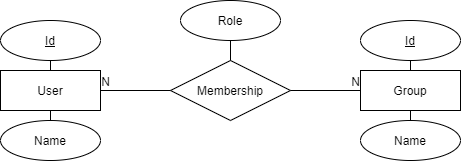
The draw.io diagram DBMS/groupSystem.png in placetobeer/documentation, before a commit. Source tidied: cells renumbered, new cells last; positions are measured from the earlier drawing's top-left corner, leaving out a move shared by most shapes.
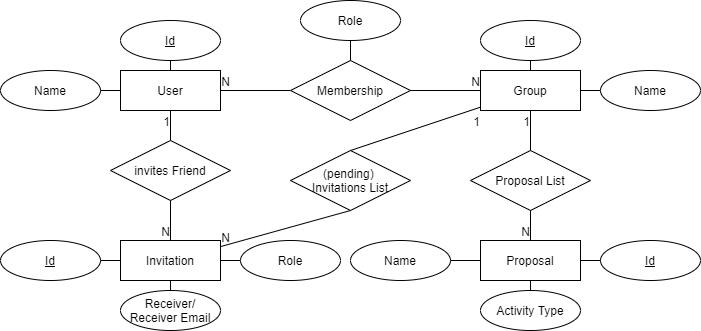
Above is the later version.

Change to the diagram source:
```diff
@@ -12,7 +12,7 @@
       <mxGeometry x="170" y="60" width="120" height="60" as="geometry" />
     </mxCell>
     <mxCell id="5" value="Name" style="ellipse;whiteSpace=wrap;html=1;align=center;" parent="1" vertex="1">
-      <mxGeometry x="360" y="120" width="100" height="40" as="geometry" />
+      <mxGeometry x="480" y="70" width="100" height="40" as="geometry" />
     </mxCell>
     <mxCell id="6" value="Id" style="ellipse;whiteSpace=wrap;html=1;align=center;fontStyle=4;" parent="1" vertex="1">
       <mxGeometry x="360" y="20" width="100" height="40" as="geometry" />
@@ -21,7 +21,7 @@
       <mxGeometry y="20" width="100" height="40" as="geometry" />
     </mxCell>
     <mxCell id="8" value="Name" style="ellipse;whiteSpace=wrap;html=1;align=center;" parent="1" vertex="1">
-      <mxGeometry y="120" width="100" height="40" as="geometry" />
+      <mxGeometry x="-120" y="70" width="100" height="40" as="geometry" />
     </mxCell>
     <mxCell id="9" style="endArrow=none;html=1;rounded=0;" parent="1" edge="1" source="4" target="3">
       <mxGeometry relative="1" as="geometry" />
@@ -55,5 +55,100 @@
     <mxCell id="18" style="endArrow=none;html=1;rounded=0;" parent="1" edge="1" source="8" target="2">
       <mxGeometry relative="1" as="geometry" />
     </mxCell>
+    <mxCell id="19" value="Proposal" style="whiteSpace=wrap;html=1;align=center;" parent="1" vertex="1">
+      <mxGeometry x="360" y="240" width="100" height="40" as="geometry" />
+    </mxCell>
+    <mxCell id="20" value="Proposal List" style="shape=rhombus;perimeter=rhombusPerimeter;whiteSpace=wrap;html=1;align=center;" parent="1" vertex="1">
+      <mxGeometry x="350" y="150" width="120" height="60" as="geometry" />
+    </mxCell>
+    <mxCell id="21" style="endArrow=none;html=1;rounded=0;exitX=0.5;exitY=0;exitDx=0;exitDy=0;" parent="1" edge="1" source="20" target="3">
+      <mxGeometry relative="1" as="geometry" />
+    </mxCell>
+    <mxCell id="22" value="1" style="html=1;align=right;verticalAlign=bottom;" parent="21" vertex="1">
+      <mxGeometry x="1" relative="1" as="geometry">
+        <mxPoint y="20" as="offset" />
+      </mxGeometry>
+    </mxCell>
+    <mxCell id="23" style="endArrow=none;html=1;rounded=0;" parent="1" edge="1" source="20" target="19">
+      <mxGeometry relative="1" as="geometry" />
+    </mxCell>
+    <mxCell id="24" value="N" style="html=1;align=right;verticalAlign=bottom;" parent="23" vertex="1">
+      <mxGeometry x="1" relative="1" as="geometry" />
+    </mxCell>
+    <mxCell id="25" value="Id" style="ellipse;whiteSpace=wrap;html=1;align=center;fontStyle=4;" parent="1" vertex="1">
+      <mxGeometry x="480" y="240" width="100" height="40" as="geometry" />
+    </mxCell>
+    <mxCell id="26" style="endArrow=none;html=1;rounded=0;" parent="1" edge="1" source="19" target="25">
+      <mxGeometry relative="1" as="geometry" />
+    </mxCell>
+    <mxCell id="27" value="Name" style="ellipse;whiteSpace=wrap;html=1;align=center;" parent="1" vertex="1">
+      <mxGeometry x="230" y="240" width="100" height="40" as="geometry" />
+    </mxCell>
+    <mxCell id="28" style="endArrow=none;html=1;rounded=0;" parent="1" edge="1" source="19" target="27">
+      <mxGeometry relative="1" as="geometry" />
+    </mxCell>
+    <mxCell id="29" style="endArrow=none;html=1;rounded=0;" parent="1" edge="1" source="19" target="30">
+      <mxGeometry relative="1" as="geometry" />
+    </mxCell>
+    <mxCell id="30" value="Activity Type" style="ellipse;whiteSpace=wrap;html=1;align=center;" parent="1" vertex="1">
+      <mxGeometry x="360" y="290" width="100" height="40" as="geometry" />
+    </mxCell>
+    <mxCell id="31" value="Invitation" style="whiteSpace=wrap;html=1;align=center;" parent="1" vertex="1">
+      <mxGeometry y="240" width="100" height="40" as="geometry" />
+    </mxCell>
+    <mxCell id="32" value="invites Friend" style="shape=rhombus;perimeter=rhombusPerimeter;whiteSpace=wrap;html=1;align=center;" parent="1" vertex="1">
+      <mxGeometry x="-10" y="140" width="120" height="60" as="geometry" />
+    </mxCell>
+    <mxCell id="33" style="endArrow=none;html=1;rounded=0;" parent="1" edge="1" source="32" target="31">
+      <mxGeometry relative="1" as="geometry" />
+    </mxCell>
+    <mxCell id="34" value="N" style="html=1;align=right;verticalAlign=bottom;" parent="33" vertex="1">
+      <mxGeometry x="1" relative="1" as="geometry" />
+    </mxCell>
+    <mxCell id="35" value="Id" style="ellipse;whiteSpace=wrap;html=1;align=center;fontStyle=4;" parent="1" vertex="1">
+      <mxGeometry x="-120" y="240" width="100" height="40" as="geometry" />
+    </mxCell>
+    <mxCell id="36" style="endArrow=none;html=1;rounded=0;" parent="1" edge="1" source="31" target="35">
+      <mxGeometry relative="1" as="geometry" />
+    </mxCell>
+    <mxCell id="37" style="endArrow=none;html=1;rounded=0;" parent="1" edge="1" source="31" target="47">
+      <mxGeometry relative="1" as="geometry" />
+    </mxCell>
+    <mxCell id="38" style="endArrow=none;html=1;rounded=0;" parent="1" edge="1" source="31" target="39">
+      <mxGeometry relative="1" as="geometry" />
+    </mxCell>
+    <mxCell id="39" value="Role" style="ellipse;whiteSpace=wrap;html=1;align=center;" parent="1" vertex="1">
+      <mxGeometry x="120" y="240" width="100" height="40" as="geometry" />
+    </mxCell>
+    <mxCell id="40" value="(pending) &lt;br&gt;Invitations List" style="shape=rhombus;perimeter=rhombusPerimeter;whiteSpace=wrap;html=1;align=center;" parent="1" vertex="1">
+      <mxGeometry x="170" y="150" width="120" height="60" as="geometry" />
+    </mxCell>
+    <mxCell id="41" style="endArrow=none;html=1;rounded=0;exitX=0.5;exitY=1;exitDx=0;exitDy=0;" parent="1" edge="1" source="40" target="31">
+      <mxGeometry relative="1" as="geometry" />
+    </mxCell>
+    <mxCell id="42" value="N" style="html=1;align=right;verticalAlign=bottom;" parent="41" vertex="1">
+      <mxGeometry x="1" relative="1" as="geometry">
+        <mxPoint x="10.1" as="offset" />
+      </mxGeometry>
+    </mxCell>
+    <mxCell id="43" style="endArrow=none;html=1;rounded=0;exitX=0.5;exitY=0;exitDx=0;exitDy=0;" parent="1" edge="1" source="40" target="3">
+      <mxGeometry relative="1" as="geometry" />
+    </mxCell>
+    <mxCell id="44" value="1" style="html=1;align=right;verticalAlign=bottom;" parent="43" vertex="1">
+      <mxGeometry x="1" relative="1" as="geometry">
+        <mxPoint y="23.3" as="offset" />
+      </mxGeometry>
+    </mxCell>
+    <mxCell id="45" style="endArrow=none;html=1;rounded=0;exitX=0.5;exitY=0;exitDx=0;exitDy=0;" parent="1" edge="1" source="32" target="2">
+      <mxGeometry relative="1" as="geometry" />
+    </mxCell>
+    <mxCell id="46" value="1" style="html=1;align=right;verticalAlign=bottom;" parent="45" vertex="1">
+      <mxGeometry x="1" relative="1" as="geometry">
+        <mxPoint y="20" as="offset" />
+      </mxGeometry>
+    </mxCell>
+    <mxCell id="47" value="Receiver/&lt;br&gt;Receiver Email" style="ellipse;whiteSpace=wrap;html=1;align=center;" parent="1" vertex="1">
+      <mxGeometry y="290" width="100" height="40" as="geometry" />
+    </mxCell>
   </root>
 </mxGraphModel>
```
